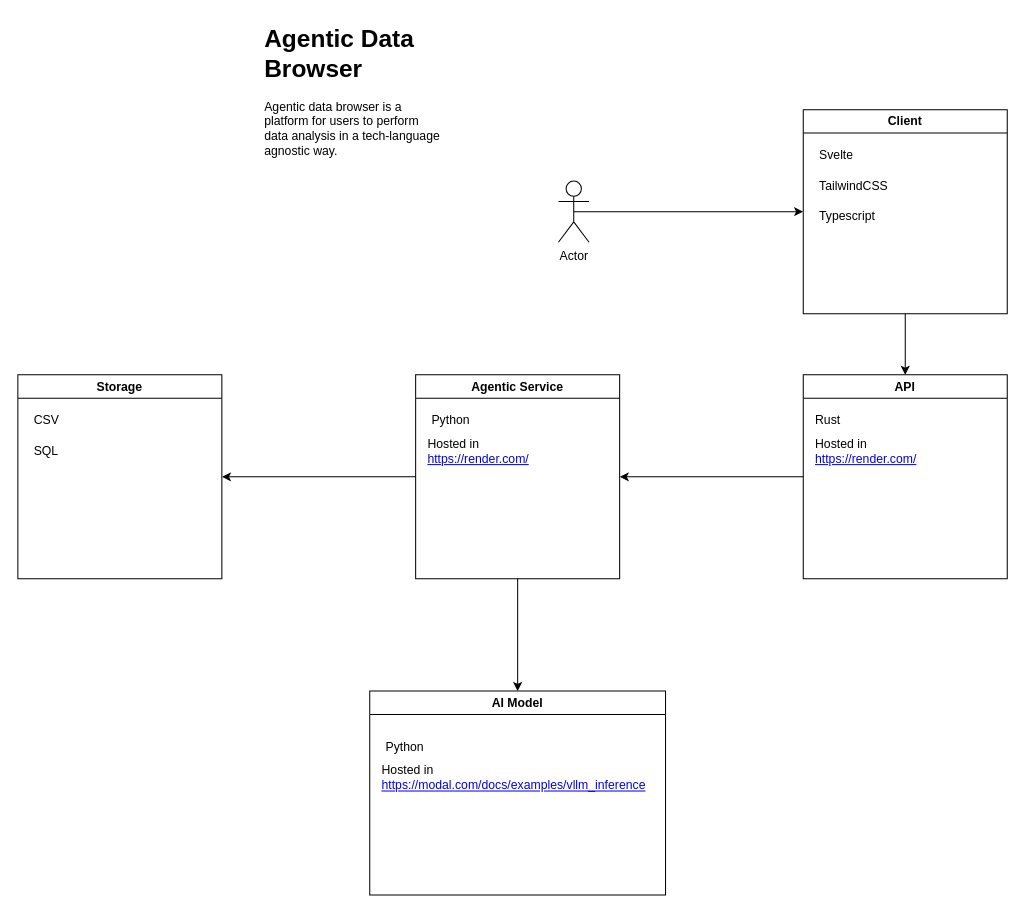
matyhs/agentic-data-browser-docs keeps this draw.io diagram as design.drawio. Above is the earlier version. Source tidied: cells renumbered, new cells numbered last; positions are measured from the earlier drawing's top-left corner, leaving out a move shared by most shapes. Both pictures are drawn from the tidied source at 102%, with x=0, y=0 at pixel (17, 17).
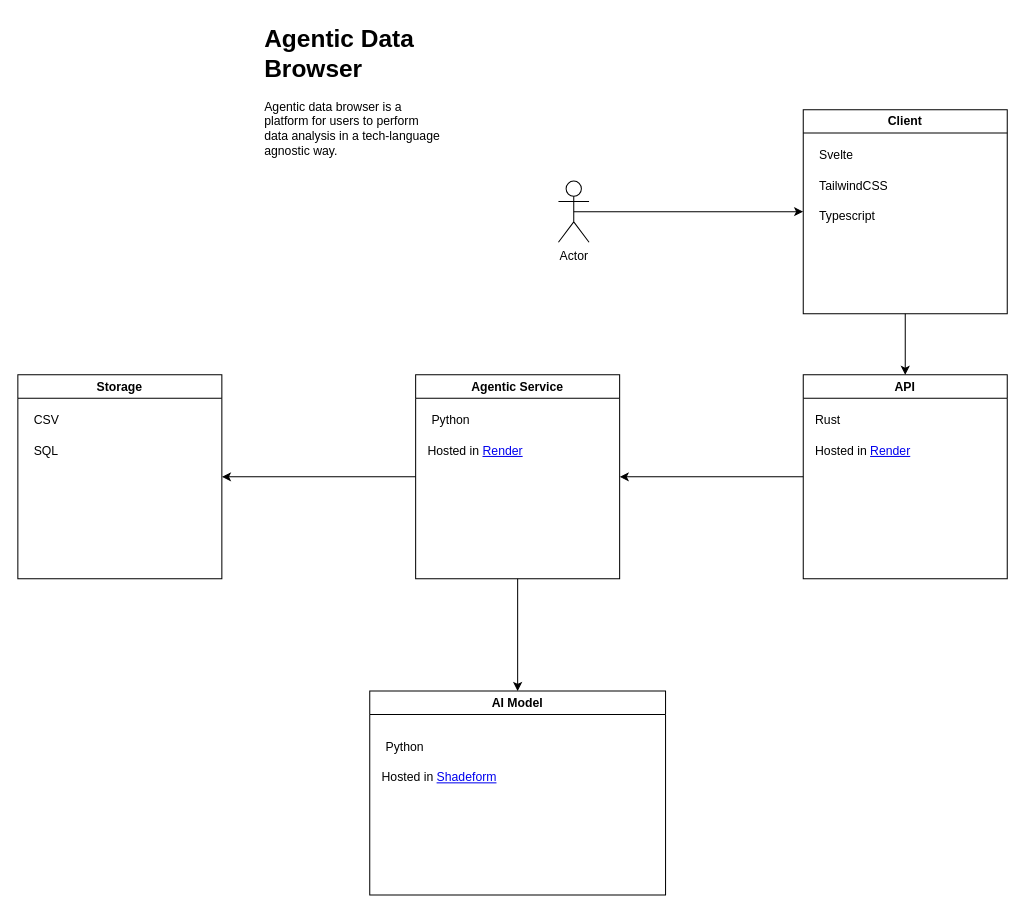
Above is the later version.

Unchanged cells that the change refers to:
```xml
<mxCell id="4" value="Agentic Service" style="swimlane;whiteSpace=wrap;html=1;" parent="1" vertex="1">
  <mxGeometry x="390" y="350" width="200" height="200" as="geometry" />
</mxCell>
<mxCell id="8" value="API" style="swimlane;whiteSpace=wrap;html=1;" parent="1" vertex="1">
  <mxGeometry x="770" y="350" width="200" height="200" as="geometry" />
</mxCell>
<mxCell id="19" value="AI Model" style="swimlane;whiteSpace=wrap;html=1;" parent="1" vertex="1">
  <mxGeometry x="345" y="660" width="290" height="200" as="geometry" />
</mxCell>
```

The edit, as a diff of the source:
```diff
@@
-    <mxCell id="6" value="Hosted in &lt;a href=&quot;https://render.com/&quot;&gt;https://render.com/&lt;/a&gt;" style="text;html=1;align=left;verticalAlign=middle;whiteSpace=wrap;rounded=0;" parent="4" vertex="1">
+    <mxCell id="6" value="Hosted in &lt;a href=&quot;https://render.com/&quot;&gt;Render&lt;/a&gt;" style="text;html=1;align=left;verticalAlign=middle;whiteSpace=wrap;rounded=0;" parent="4" vertex="1">
       <mxGeometry x="10" y="60" width="130" height="30" as="geometry" />
     </mxCell>
@@
-    <mxCell id="10" value="Hosted in &lt;a href=&quot;https://render.com/&quot;&gt;https://render.com/&lt;/a&gt;" style="text;html=1;align=left;verticalAlign=middle;whiteSpace=wrap;rounded=0;" parent="8" vertex="1">
-      <mxGeometry x="10" y="60" width="130" height="30" as="geometry" />
-    </mxCell>
+    <mxCell id="25" value="Hosted in &lt;a href=&quot;https://render.com/&quot;&gt;Render&lt;/a&gt;" style="text;html=1;align=left;verticalAlign=middle;whiteSpace=wrap;rounded=0;" parent="8" vertex="1">
+      <mxGeometry x="10" y="60" width="130" height="30" as="geometry" />
+    </mxCell>
@@
-    <mxCell id="21" value="Hosted in &lt;a href=&quot;https://render.com/&quot;&gt;https://modal.com/docs/examples/vllm_inference&lt;/a&gt;" style="text;html=1;align=left;verticalAlign=middle;whiteSpace=wrap;rounded=0;" parent="19" vertex="1">
+    <mxCell id="21" value="Hosted in &lt;a href=&quot;https://docs.shadeform.ai/getting-started/introduction&quot;&gt;Shadeform&lt;/a&gt;" style="text;html=1;align=left;verticalAlign=middle;whiteSpace=wrap;rounded=0;" parent="19" vertex="1">
       <mxGeometry x="10" y="70" width="130" height="30" as="geometry" />
     </mxCell>
```
